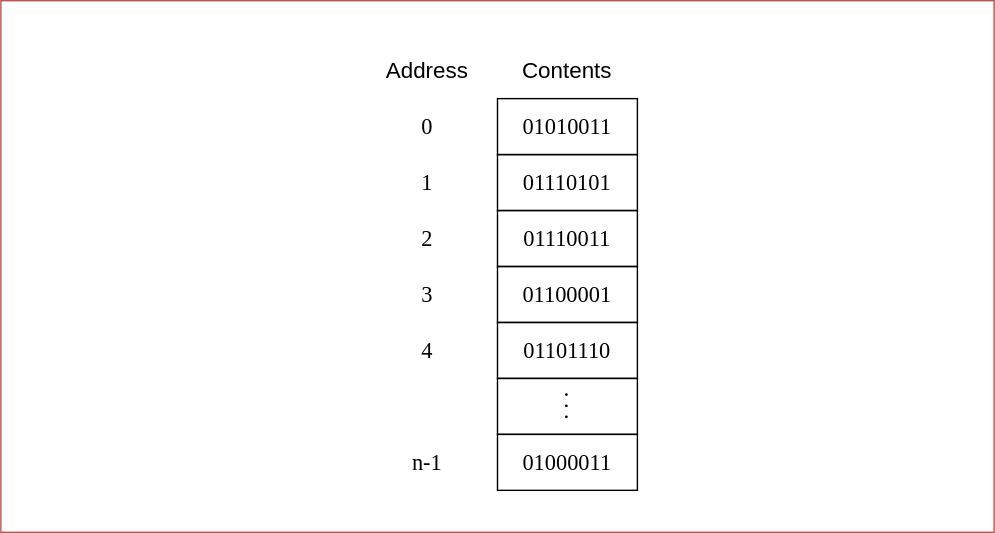
Shadient/Diagrams keeps this draw.io diagram as variable-address.drawio.svg. Above is the earlier version. Source tidied: cells renumbered, new cells last; positions are measured from the earlier drawing's top-left corner, leaving out a move shared by most shapes.
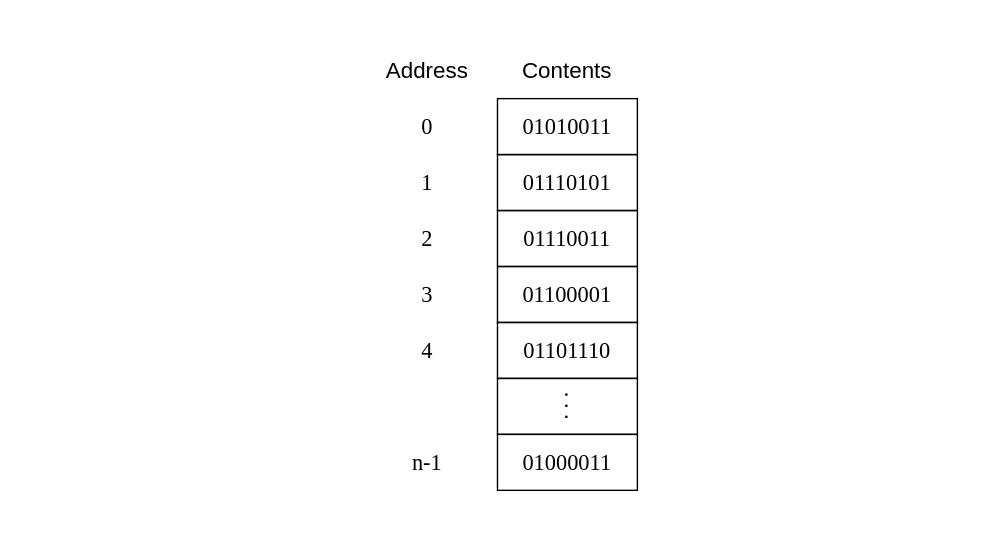
The same file after the commit.

What changed in the source:
```diff
@@ -2,7 +2,7 @@
   <root>
     <mxCell id="0" />
     <mxCell id="1" parent="0" />
-    <mxCell id="2" style="rounded=0;whiteSpace=wrap;html=1;strokeColor=#b85450;fillColor=none;" parent="1" vertex="1">
+    <mxCell id="2" style="rounded=0;whiteSpace=wrap;html=1;strokeColor=none;fillColor=none;" parent="1" vertex="1">
       <mxGeometry width="710" height="380" as="geometry" />
     </mxCell>
     <mxCell id="3" value="&lt;font style=&quot;font-size: 16px;&quot;&gt;Address&lt;/font&gt;" style="rounded=0;whiteSpace=wrap;html=1;fillColor=none;strokeColor=none;" parent="1" vertex="1">
```
